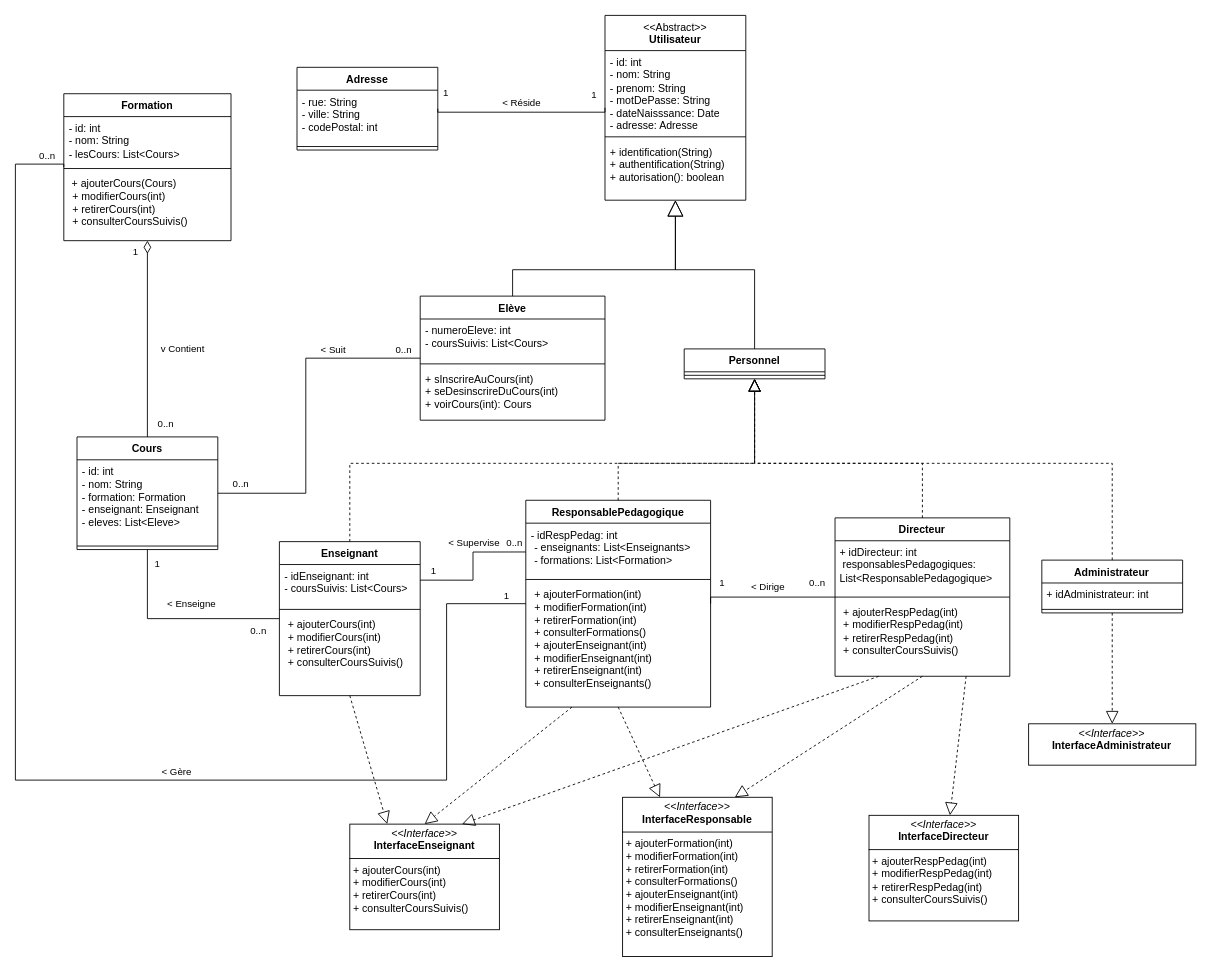
Above: DiagrammeClasse.drawio in severinehmfms/UML_Ecole (draw.io), before the change. Source tidied: cells renumbered, new cells numbered last; positions are measured from the earlier drawing's top-left corner, leaving out a move shared by most shapes. Both pictures are drawn from the tidied source at 88%, with x=0, y=0 at pixel (15, 15).
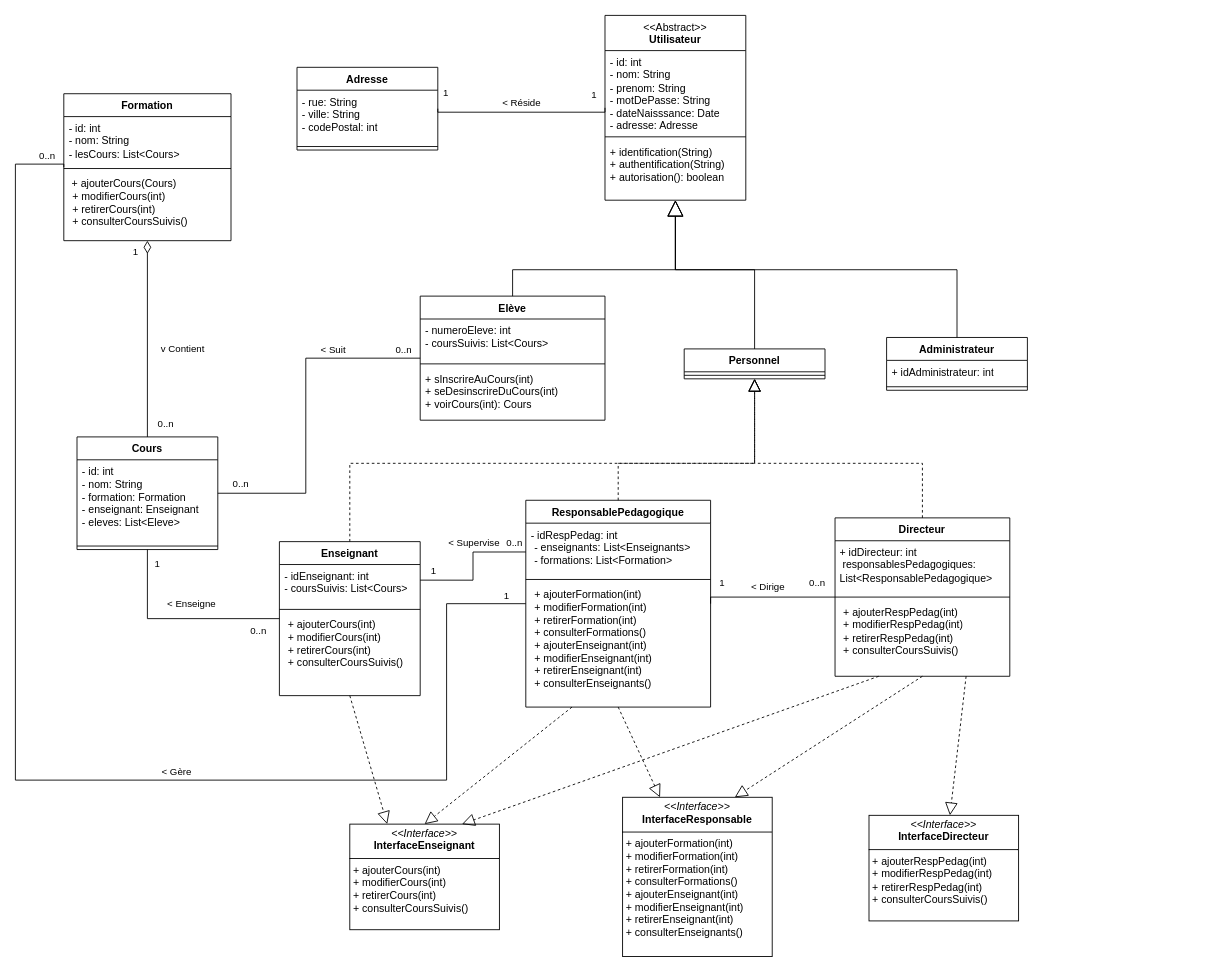
Above is the later version.

Commit message (it also covers changes not shown here):
Classe Administrateur héritant de Personne et non de Personnel

Unchanged cells that the change refers to:
```xml
<mxCell id="73" value="Personnel" style="swimlane;fontStyle=1;align=center;verticalAlign=top;horizontal=1;startSize=26;whiteSpace=wrap;html=1;" parent="1" vertex="1">
  <mxGeometry x="760" y="379" width="160" height="34" as="geometry" />
</mxCell>
```

Diff of the diagram source:
```diff
@@
     <mxCell id="16" value="Administrateur" style="swimlane;fontStyle=1;align=center;verticalAlign=top;horizontal=1;startSize=26;whiteSpace=wrap;html=1;" parent="1" vertex="1">
-      <mxGeometry x="1166.4" y="619" width="160" height="60" as="geometry" />
+      <mxGeometry x="990" y="366" width="160" height="60" as="geometry" />
     </mxCell>
@@
-    <mxCell id="65" value="&lt;p style=&quot;margin:0px;margin-top:4px;text-align:center;&quot;&gt;&lt;i&gt;&amp;lt;&amp;lt;Interface&amp;gt;&amp;gt;&lt;/i&gt;&lt;br&gt;&lt;b&gt;InterfaceAdministrateur&lt;/b&gt;&lt;/p&gt;" style="verticalAlign=top;align=left;overflow=fill;html=1;whiteSpace=wrap;" parent="1" vertex="1">
-      <mxGeometry x="1151.4" y="805" width="190" height="47" as="geometry" />
-    </mxCell>
@@
-    <mxCell id="69" style="endArrow=block;dashed=1;endFill=0;endSize=12;html=1;rounded=0;exitX=0.5;exitY=1;exitDx=0;exitDy=0;" parent="1" edge="1" source="16" target="65">
-      <mxGeometry relative="1" as="geometry" />
-    </mxCell>
@@
-    <mxCell id="79" style="endArrow=block;dashed=1;endFill=0;endSize=12;html=1;rounded=0;exitX=0.5;exitY=0;exitDx=0;exitDy=0;entryX=0.5;entryY=1;entryDx=0;entryDy=0;edgeStyle=orthogonalEdgeStyle;" parent="1" edge="1" source="16" target="73">
-      <mxGeometry relative="1" as="geometry">
-        <Array as="points">
-          <mxPoint x="1246.4" y="509" />
-          <mxPoint x="840" y="509" />
-        </Array>
-      </mxGeometry>
-    </mxCell>
+    <mxCell id="80" style="endArrow=block;endSize=16;endFill=0;html=1;rounded=0;exitX=0.5;exitY=0;exitDx=0;exitDy=0;entryX=0.5;entryY=1;entryDx=0;entryDy=0;edgeStyle=orthogonalEdgeStyle;" parent="1" edge="1" source="16">
+      <mxGeometry relative="1" as="geometry">
+        <mxPoint x="750" y="210" as="targetPoint" />
+        <Array as="points">
+          <mxPoint x="1070" y="289" />
+          <mxPoint x="750" y="289" />
+        </Array>
+      </mxGeometry>
+    </mxCell>
```
